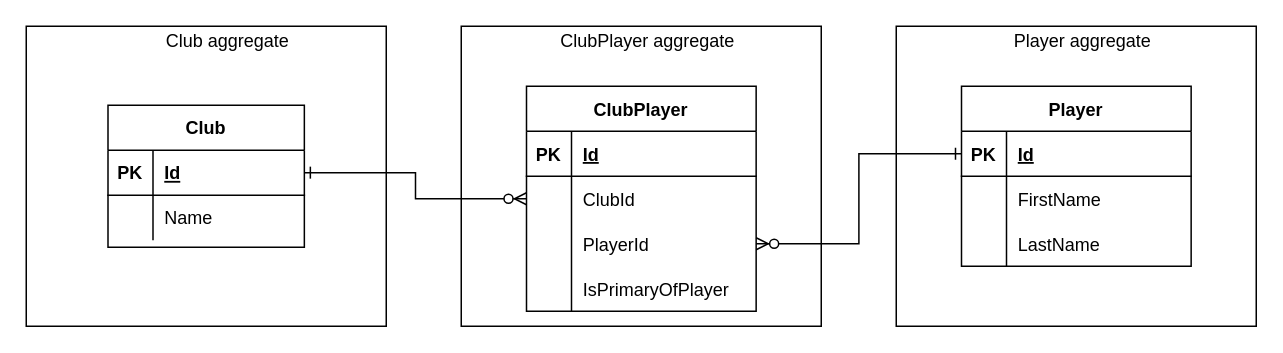
The draw.io diagram documentation/ERD.drawio in steffbeckers/snooker, before the edit. Source tidied: cells renumbered, new cells numbered last; positions are measured from the earlier drawing's top-left corner, leaving out a move shared by most shapes. Both pictures are drawn from the tidied source at 150%, with x=0, y=0 at pixel (26, 26).
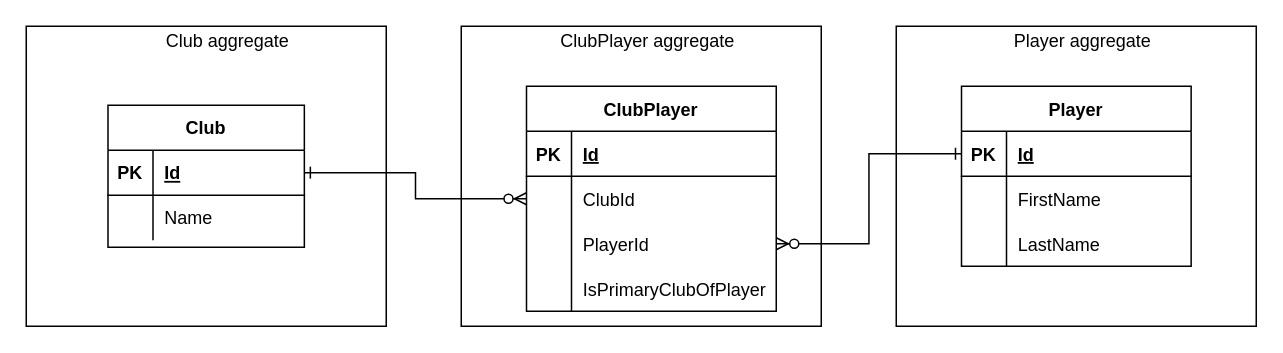
After the change.

Unchanged cells that the change refers to:
```xml
<mxCell id="25" style="group;" parent="1" vertex="1">
  <mxGeometry x="290" width="240" height="200" as="geometry" />
</mxCell>
```

What changed in the source:
```diff
@@
     <mxCell id="28" value="ClubPlayer" style="shape=table;startSize=30;childLayout=tableLayout;rowLines=0;fontStyle=1;align=center;" parent="25" vertex="1">
-      <mxGeometry x="43.5" y="40" width="153.1" height="150" as="geometry" />
+      <mxGeometry x="43.5" y="40" width="166.5" height="150" as="geometry" />
     </mxCell>
     <mxCell id="29" style="shape=partialRectangle;fillColor=none;top=0;left=0;bottom=1;right=0;" parent="28" vertex="1">
-      <mxGeometry y="30" width="153.1" height="30" as="geometry" />
+      <mxGeometry y="30" width="166.5" height="30" as="geometry" />
     </mxCell>
@@
     <mxCell id="31" value="Id" style="shape=partialRectangle;fillColor=none;top=0;left=0;bottom=0;right=0;align=left;spacingLeft=6;fontStyle=5;overflow=hidden;" parent="29" vertex="1">
-      <mxGeometry x="30" width="123.1" height="30" as="geometry" />
+      <mxGeometry x="30" width="136.5" height="30" as="geometry" />
     </mxCell>
     <mxCell id="32" style="shape=partialRectangle;fillColor=none;top=0;left=0;bottom=0;right=0;points=[[0,0.5],[1,0.5]];portConstraint=eastwest;" parent="28" vertex="1">
-      <mxGeometry y="60" width="153.1" height="30" as="geometry" />
+      <mxGeometry y="60" width="166.5" height="30" as="geometry" />
     </mxCell>
@@
     <mxCell id="34" value="ClubId" style="shape=partialRectangle;fillColor=none;top=0;left=0;bottom=0;right=0;align=left;spacingLeft=6;overflow=hidden;" parent="32" vertex="1">
-      <mxGeometry x="30" width="123.1" height="30" as="geometry" />
+      <mxGeometry x="30" width="136.5" height="30" as="geometry" />
     </mxCell>
     <mxCell id="35" style="shape=partialRectangle;fillColor=none;top=0;left=0;bottom=0;right=0;points=[[0,0.5],[1,0.5]];portConstraint=eastwest;" parent="28" vertex="1">
-      <mxGeometry y="90" width="153.1" height="30" as="geometry" />
+      <mxGeometry y="90" width="166.5" height="30" as="geometry" />
     </mxCell>
@@
     <mxCell id="37" value="PlayerId" style="shape=partialRectangle;fillColor=none;top=0;left=0;bottom=0;right=0;align=left;spacingLeft=6;overflow=hidden;" parent="35" vertex="1">
-      <mxGeometry x="30" width="123.1" height="30" as="geometry" />
+      <mxGeometry x="30" width="136.5" height="30" as="geometry" />
     </mxCell>
     <mxCell id="38" style="shape=partialRectangle;fillColor=none;top=0;left=0;bottom=0;right=0;" parent="28" vertex="1">
-      <mxGeometry y="120" width="153.1" height="30" as="geometry" />
+      <mxGeometry y="120" width="166.5" height="30" as="geometry" />
     </mxCell>
@@
-    <mxCell id="40" value="IsPrimaryOfPlayer" style="shape=partialRectangle;fillColor=none;top=0;left=0;bottom=0;right=0;align=left;spacingLeft=6;overflow=hidden;" parent="38" vertex="1">
-      <mxGeometry x="30" width="123.1" height="30" as="geometry" />
+    <mxCell id="40" value="IsPrimaryClubOfPlayer" style="shape=partialRectangle;fillColor=none;top=0;left=0;bottom=0;right=0;align=left;spacingLeft=6;overflow=hidden;" parent="38" vertex="1">
+      <mxGeometry x="30" width="136.5" height="30" as="geometry" />
     </mxCell>
```
